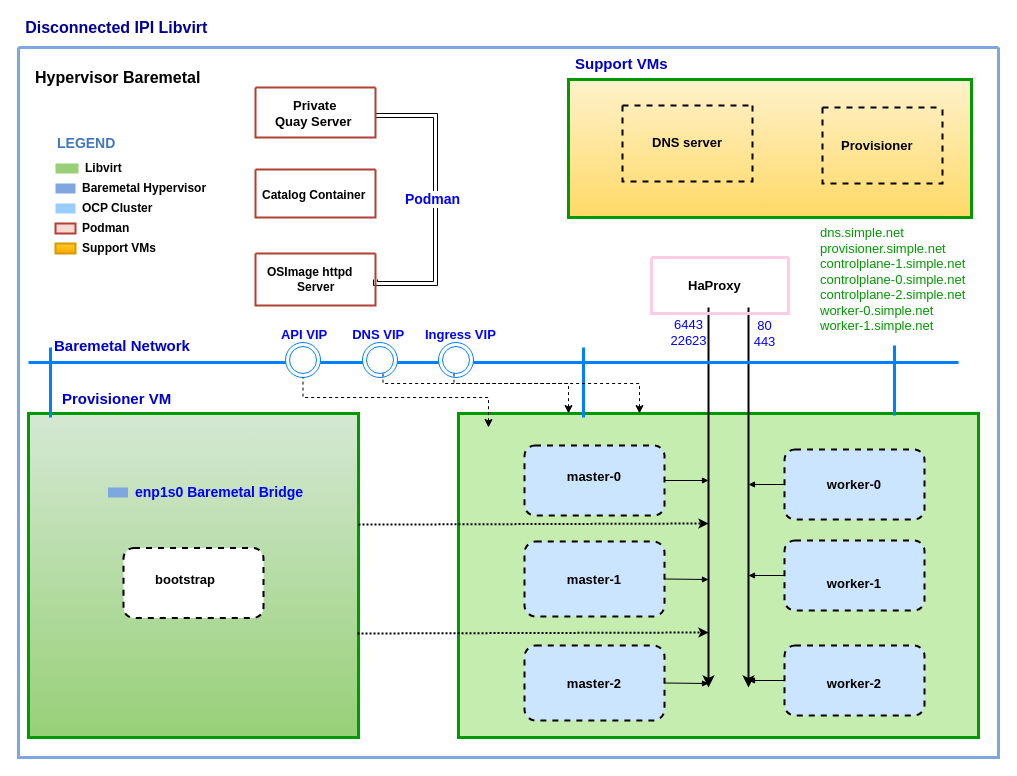
This is Untitled Diagram.drawio from ansvu/ava-project, a draw.io file, before an edit. Source tidied: cells renumbered, new cells numbered last; positions are measured from the earlier drawing's top-left corner, leaving out a move shared by most shapes. Both pictures are drawn from the tidied source at 100%, with x=0, y=0 at pixel (18, 17).
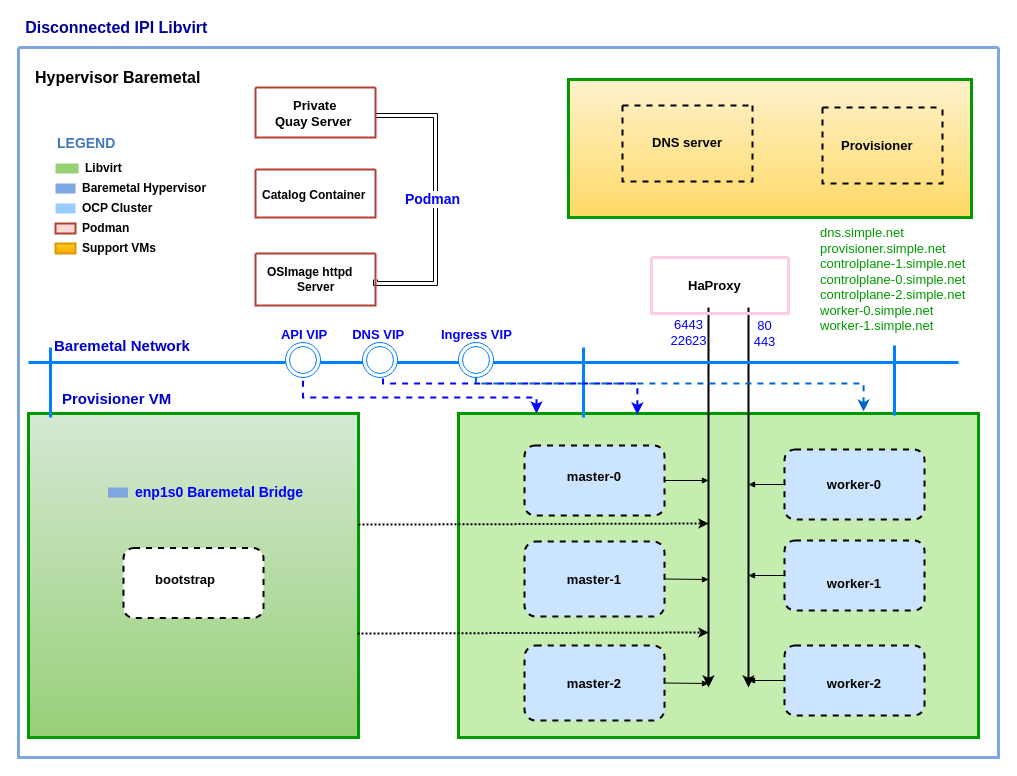
After the change.

The change refers to these unchanged cells:
```xml
<mxCell id="2" value="&lt;span style=&quot;color: rgb(66, 119, 187); font-family: helvetica; font-size: 12px; font-style: normal; font-weight: 400; letter-spacing: normal; text-align: left; text-indent: 0px; text-transform: none; word-spacing: 0px; background-color: rgb(248, 249, 250); display: inline; float: none;&quot;&gt;Application component&lt;/span&gt;" style="swimlane;shadow=0;strokeColor=#7EA6E0;fillColor=#D4E1F5;align=right;startSize=0;noLabel=1;strokeWidth=3;" parent="1" vertex="1">
  <mxGeometry y="30" width="980" height="710" as="geometry" />
</mxCell>
<mxCell id="15" style="rounded=0;whiteSpace=wrap;html=1;labelBackgroundColor=default;fontSize=17;fontColor=#000099;fillColor=#C4EDAF;gradientColor=none;strokeWidth=3;strokeColor=#009900;" parent="2" vertex="1">
  <mxGeometry x="440" y="366" width="520" height="324" as="geometry" />
</mxCell>
<mxCell id="56" style="ellipse;shape=doubleEllipse;whiteSpace=wrap;html=1;labelBackgroundColor=#FFFFFF;fontSize=13;fontColor=#009900;strokeColor=#007FFF;strokeWidth=1;fillColor=#FFFFFF;gradientColor=none;" parent="2" vertex="1">
  <mxGeometry x="267" y="295" width="35" height="35" as="geometry" />
</mxCell>
```

The edit, as a diff of the source:
```diff
@@
     <mxCell id="58" style="ellipse;shape=doubleEllipse;whiteSpace=wrap;html=1;labelBackgroundColor=#FFFFFF;fontSize=13;fontColor=#009900;strokeColor=#007FFF;strokeWidth=1;fillColor=#FFFFFF;gradientColor=none;" parent="2" vertex="1">
-      <mxGeometry x="420" y="295" width="35" height="35" as="geometry" />
+      <mxGeometry x="440" y="295" width="35" height="35" as="geometry" />
     </mxCell>
-    <mxCell id="59" style="edgeStyle=elbowEdgeStyle;rounded=0;elbow=vertical;html=1;labelBackgroundColor=#ffffff;startArrow=classic;startFill=1;startSize=6;endArrow=none;endFill=0;endSize=6;jettySize=auto;orthogonalLoop=1;strokeWidth=1;fontSize=14;fontColor=#009900;entryX=0.5;entryY=1;entryDx=0;entryDy=0;dashed=1;" parent="2" edge="1">
+    <mxCell id="59" style="edgeStyle=elbowEdgeStyle;rounded=0;elbow=vertical;html=1;labelBackgroundColor=#ffffff;startArrow=classic;startFill=1;startSize=6;endArrow=none;endFill=0;endSize=6;jettySize=auto;strokeWidth=2;fontSize=14;fontColor=#009900;entryX=0.5;entryY=1;entryDx=0;entryDy=0;dashed=1;exitX=0.344;exitY=0.003;exitDx=0;exitDy=0;exitPerimeter=0;strokeColor=#0000FF;" parent="2" edge="1" source="15">
       <mxGeometry relative="1" as="geometry">
-        <mxPoint x="550" y="366" as="sourcePoint" />
         <mxPoint x="364.5" y="326" as="targetPoint" />
         <Array as="points">
           <mxPoint x="490" y="336" />
         </Array>
       </mxGeometry>
     </mxCell>
-    <mxCell id="60" style="edgeStyle=elbowEdgeStyle;rounded=0;elbow=vertical;html=1;labelBackgroundColor=#ffffff;startArrow=classic;startFill=1;startSize=6;endArrow=none;endFill=0;endSize=6;jettySize=auto;orthogonalLoop=1;strokeWidth=1;fontSize=14;fontColor=#009900;entryX=0.5;entryY=1;entryDx=0;entryDy=0;dashed=1;" parent="2" edge="1">
+    <mxCell id="60" style="edgeStyle=elbowEdgeStyle;rounded=0;elbow=vertical;html=1;labelBackgroundColor=#ffffff;startArrow=classic;startFill=1;startSize=6;endArrow=none;endFill=0;endSize=6;jettySize=auto;strokeWidth=2;fontSize=14;fontColor=#009900;entryX=0.5;entryY=1;entryDx=0;entryDy=0;dashed=1;exitX=0.779;exitY=-0.006;exitDx=0;exitDy=0;exitPerimeter=0;strokeColor=#0066CC;" parent="2" edge="1" source="15" target="58">
       <mxGeometry relative="1" as="geometry">
-        <mxPoint x="621" y="366" as="sourcePoint" />
-        <mxPoint x="435.5" y="326" as="targetPoint" />
         <Array as="points">
           <mxPoint x="561" y="336" />
         </Array>
       </mxGeometry>
     </mxCell>
@@
     <mxCell id="63" value="&lt;span style=&quot;font-size: 13px&quot;&gt;&lt;font color=&quot;#0000ff&quot;&gt;Ingress VIP&lt;/font&gt;&lt;/span&gt;" style="text;html=1;align=left;verticalAlign=middle;fontColor=#4277BB;shadow=0;dashed=0;strokeColor=none;fillColor=none;labelBackgroundColor=none;fontStyle=1;fontSize=9;spacingLeft=5;" parent="2" vertex="1">
-      <mxGeometry x="400" y="276" width="90" height="22" as="geometry" />
+      <mxGeometry x="416" y="276" width="90" height="22" as="geometry" />
     </mxCell>
@@
-    <mxCell id="66" value="&lt;font&gt;&lt;font style=&quot;font-size: 15px&quot; color=&quot;#0000cc&quot;&gt;Support VMs&lt;/font&gt;&lt;br&gt;&lt;/font&gt;" style="text;html=1;align=left;verticalAlign=middle;fontColor=#4277BB;shadow=0;dashed=0;strokeColor=none;fillColor=none;labelBackgroundColor=none;fontStyle=1;fontSize=9;spacingLeft=5;" parent="2" vertex="1">
-      <mxGeometry x="550" width="141" height="32" as="geometry" />
-    </mxCell>
+    <mxCell id="69" style="edgeStyle=elbowEdgeStyle;rounded=0;elbow=vertical;html=1;labelBackgroundColor=#ffffff;startArrow=classic;startFill=1;startSize=6;endArrow=none;endFill=0;endSize=6;jettySize=auto;strokeWidth=2;fontSize=14;fontColor=#009900;entryX=0.5;entryY=1;entryDx=0;entryDy=0;dashed=1;exitX=0.15;exitY=0;exitDx=0;exitDy=0;exitPerimeter=0;strokeColor=#0000FF;" parent="2" edge="1" source="15" target="56">
+      <mxGeometry relative="1" as="geometry">
+        <Array as="points">
+          <mxPoint x="410" y="350" />
+        </Array>
+      </mxGeometry>
+    </mxCell>
@@
-    <mxCell id="69" style="edgeStyle=elbowEdgeStyle;rounded=0;elbow=vertical;html=1;labelBackgroundColor=#ffffff;startArrow=classic;startFill=1;startSize=6;endArrow=none;endFill=0;endSize=6;jettySize=auto;strokeWidth=1;fontSize=14;fontColor=#009900;entryX=0.5;entryY=1;entryDx=0;entryDy=0;dashed=1;" parent="1" edge="1" target="56">
-      <mxGeometry relative="1" as="geometry">
-        <mxPoint x="470" y="410" as="sourcePoint" />
-        <Array as="points">
-          <mxPoint x="410" y="380" />
-        </Array>
-      </mxGeometry>
-    </mxCell>
```
